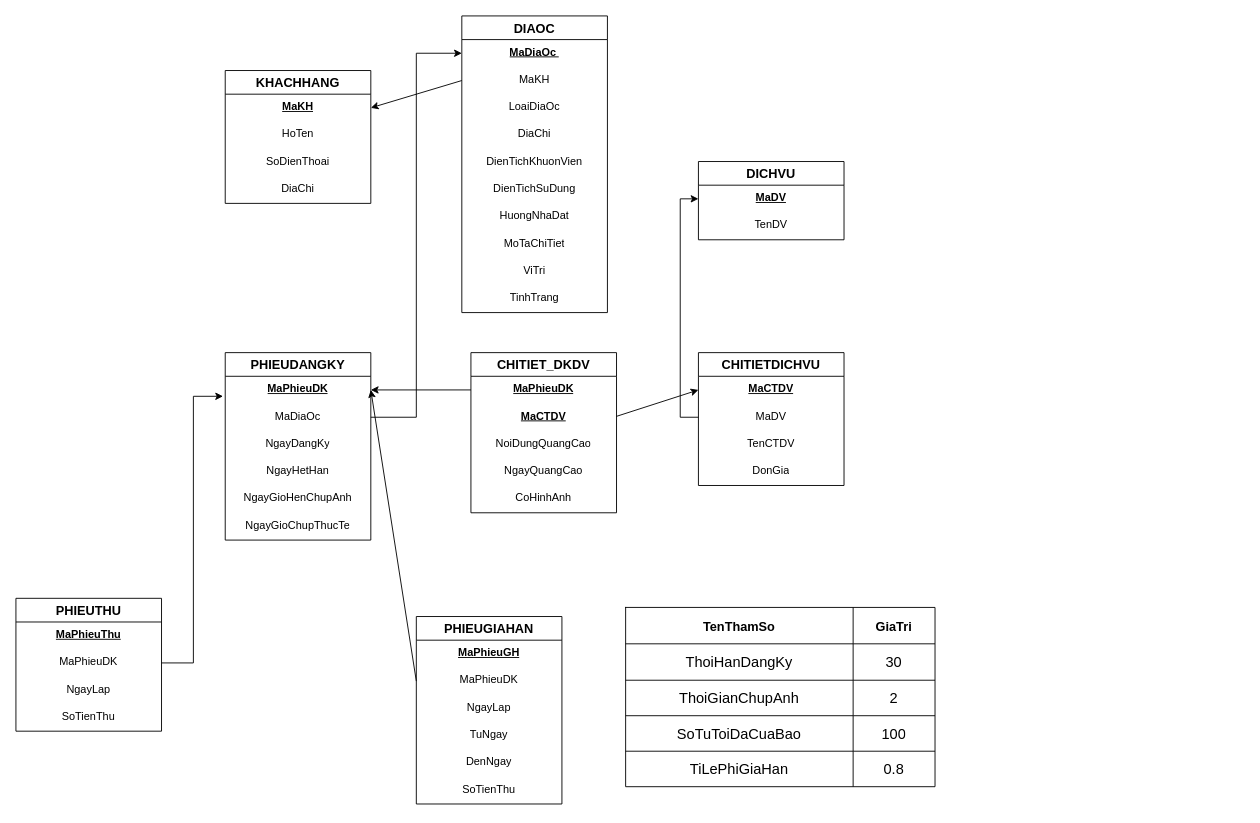
Before: BTDO.drawio in hoangphuc6716/chatbot, a draw.io diagram. Source tidied: cells renumbered, new cells numbered last; positions are measured from the earlier drawing's top-left corner, leaving out a move shared by most shapes. Both pictures are drawn from the tidied source at 91%, with x=0, y=0 at pixel (15, 15).
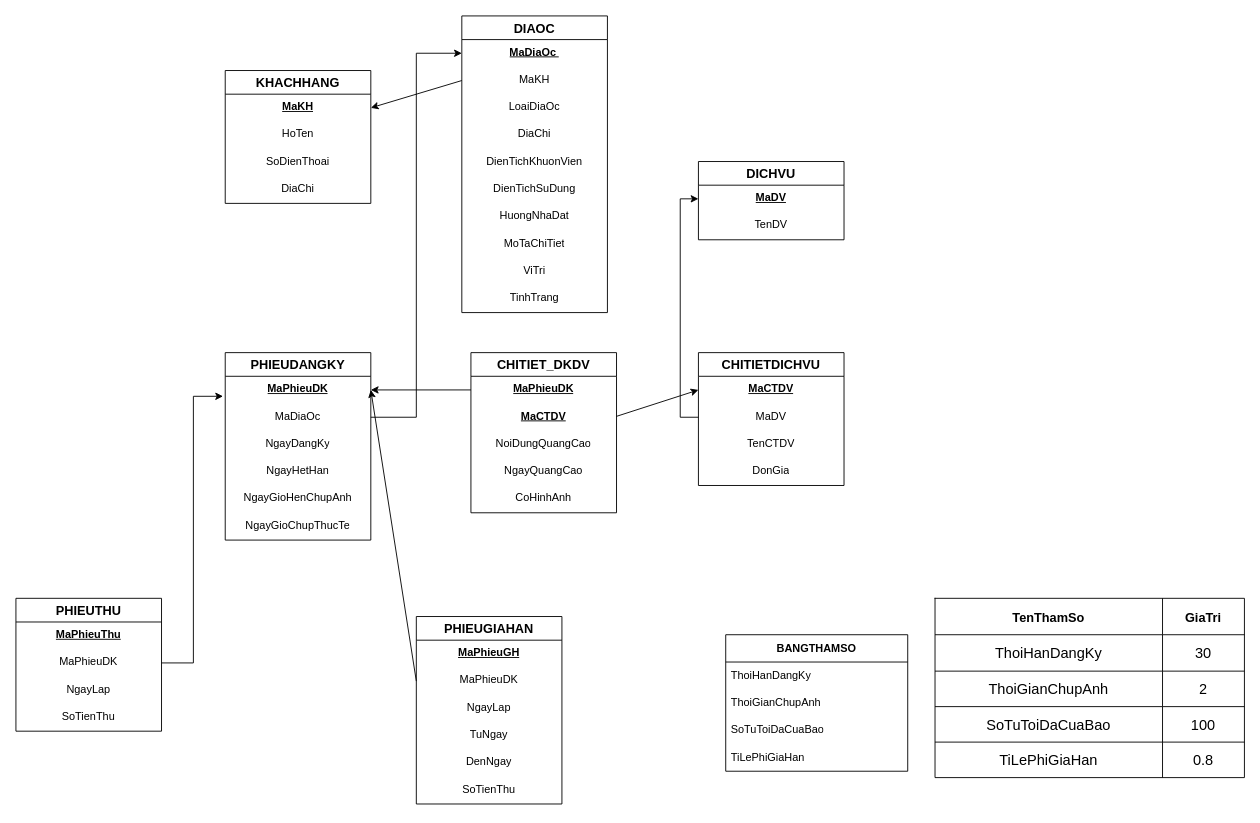
After the change.

Commit message:
Cập nhật BTDO.drawio

Change to the diagram source:
```diff
@@
     <mxCell id="51" style="shape=table;startSize=0;childLayout=tableLayout;fontSize=16;" parent="1" vertex="1">
-      <mxGeometry x="670" y="650" width="340" height="197" as="geometry" />
+      <mxGeometry x="1010" y="640" width="340" height="197" as="geometry" />
     </mxCell>
@@
+    <mxCell id="74" value="&lt;b&gt;BANGTHAMSO&lt;/b&gt;" style="swimlane;fontStyle=0;horizontal=1;startSize=30;whiteSpace=wrap;html=1;" parent="1" vertex="1">
+      <mxGeometry x="780" y="680" width="200" height="150" as="geometry" />
+    </mxCell>
+    <mxCell id="75" value="ThoiHanDangKy" style="text;strokeColor=none;fillColor=none;align=left;verticalAlign=middle;spacingLeft=4;spacingRight=4;overflow=hidden;whiteSpace=wrap;html=1;" parent="74" vertex="1">
+      <mxGeometry y="30" width="200" height="30" as="geometry" />
+    </mxCell>
+    <mxCell id="76" value="ThoiGianChupAnh" style="text;strokeColor=none;fillColor=none;align=left;verticalAlign=middle;spacingLeft=4;spacingRight=4;overflow=hidden;whiteSpace=wrap;html=1;" parent="74" vertex="1">
+      <mxGeometry y="60" width="200" height="30" as="geometry" />
+    </mxCell>
+    <mxCell id="77" value="SoTuToiDaCuaBao" style="text;strokeColor=none;fillColor=none;align=left;verticalAlign=middle;spacingLeft=4;spacingRight=4;overflow=hidden;whiteSpace=wrap;html=1;" parent="74" vertex="1">
+      <mxGeometry y="90" width="200" height="30" as="geometry" />
+    </mxCell>
+    <mxCell id="78" value="TiLePhiGiaHan" style="text;strokeColor=none;fillColor=none;align=left;verticalAlign=middle;spacingLeft=4;spacingRight=4;overflow=hidden;whiteSpace=wrap;html=1;" parent="74" vertex="1">
+      <mxGeometry y="120" width="200" height="30" as="geometry" />
+    </mxCell>
```
